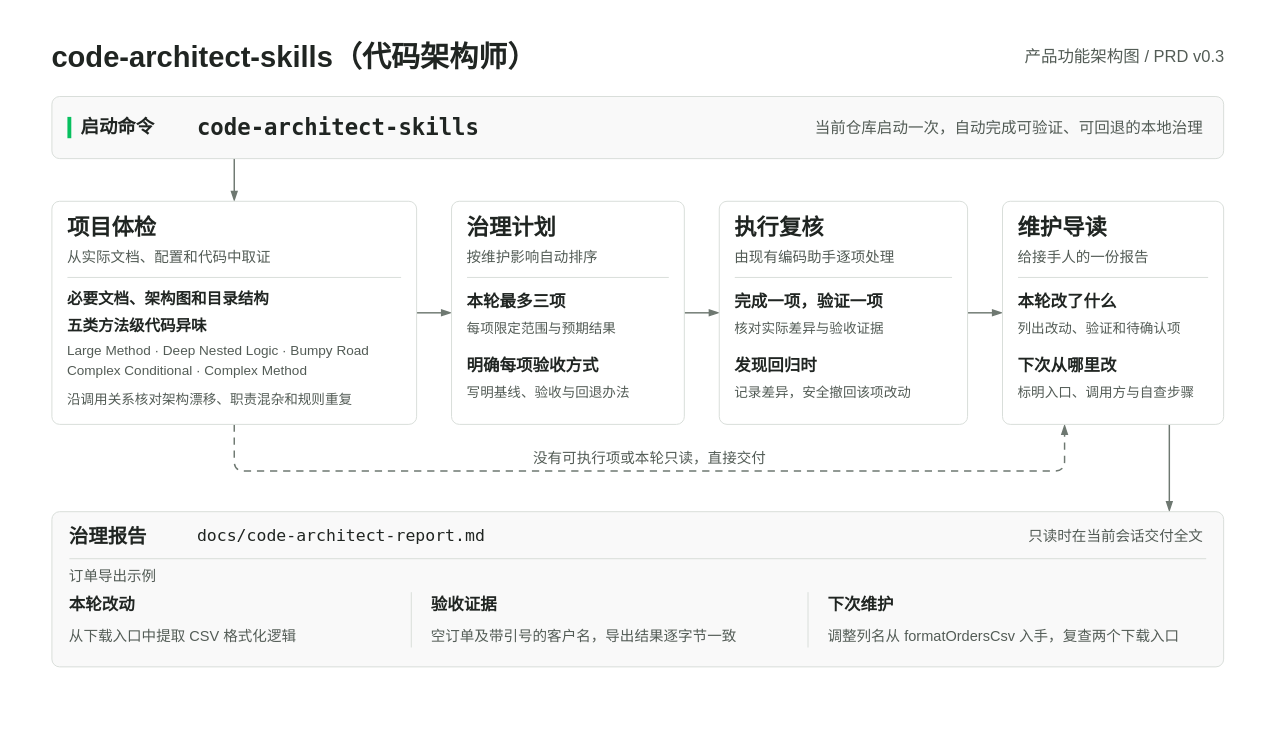
Earlier version of the draw.io diagram docs/diagrams/product-functional-architecture.drawio (cabbage2000-lab/project-architect-skills). Source tidied: cells renumbered, new cells numbered last; positions are measured from the earlier drawing's top-left corner, leaving out a move shared by most shapes. Both pictures are drawn from the tidied source at 97%, with x=0, y=0 at pixel (16, 16).
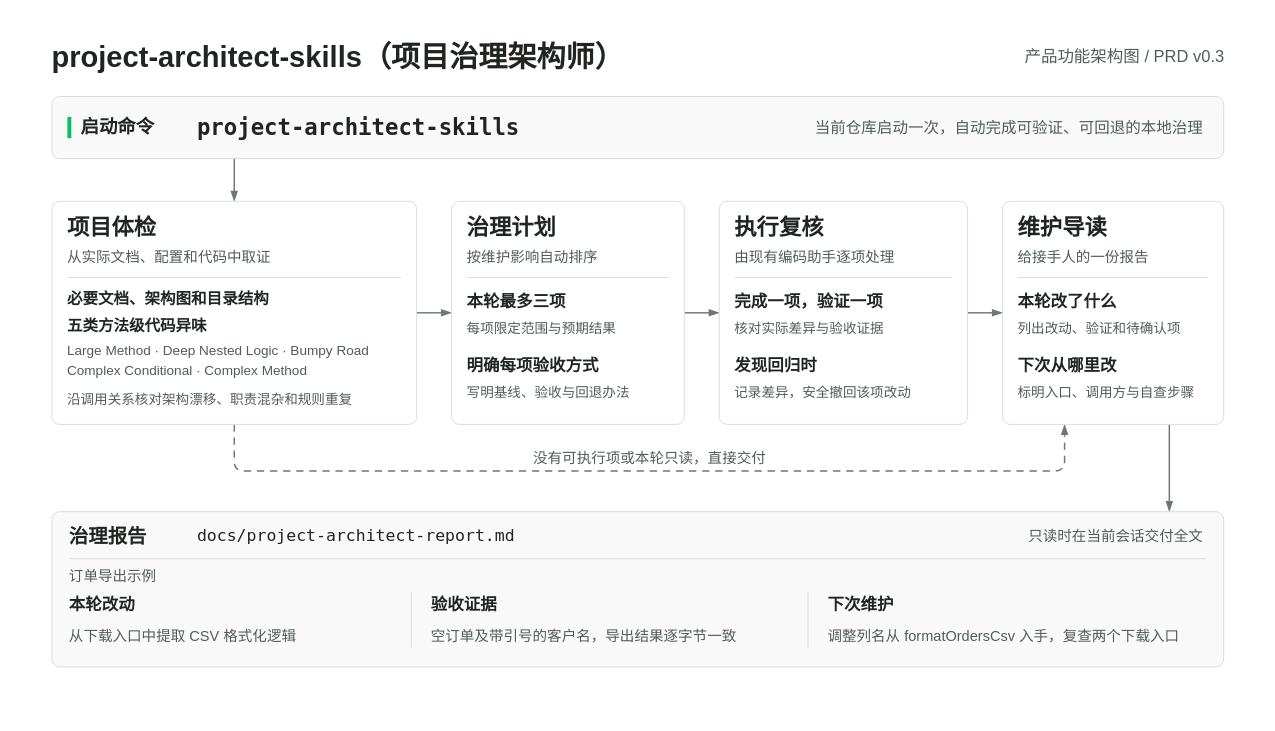
The same page after the edit.

Unchanged cells that the change refers to:
```xml
<mxCell id="2" style="rounded=0;absoluteArcSize=1;arcSize=0;fillColor=#FFFFFF;strokeColor=none;strokeWidth=1;shadow=0;html=1;whiteSpace=nowrap;" parent="1" vertex="1">
  <mxGeometry width="1280" height="720" as="geometry" />
</mxCell>
<mxCell id="11" style="rounded=1;absoluteArcSize=1;arcSize=16;strokeWidth=1;html=1;fillColor=#F9F9F9;strokeColor=#D8DDD9;" parent="2" vertex="1">
  <mxGeometry x="36" y="82" width="1208" height="64" as="geometry" />
</mxCell>
<mxCell id="49" style="rounded=1;absoluteArcSize=1;arcSize=16;strokeWidth=1;html=1;fillColor=#F9F9F9;strokeColor=#D8DDD9;" parent="2" vertex="1">
  <mxGeometry x="36" y="510" width="1208" height="160" as="geometry" />
</mxCell>
```

What changed in the source:
```diff
@@
-    <mxCell id="3" value="code-architect-skills（代码架构师）" style="text;fillColor=none;strokeColor=none;html=1;whiteSpace=nowrap;fontFamily=PingFang SC;fontSize=30;fontColor=#202522;fontStyle=1;align=left;verticalAlign=middle;spacing=0;spacingTop=0;spacingBottom=0;spacingLeft=0;spacingRight=0;" parent="2" vertex="1">
+    <mxCell id="3" value="project-architect-skills（项目治理架构师）" style="text;fillColor=none;strokeColor=none;html=1;whiteSpace=nowrap;fontFamily=PingFang SC;fontSize=30;fontColor=#202522;fontStyle=1;align=left;verticalAlign=middle;spacing=0;spacingTop=0;spacingBottom=0;spacingLeft=0;spacingRight=0;" parent="2" vertex="1">
       <mxGeometry x="36" y="20" width="840" height="42" as="geometry" />
     </mxCell>
@@
-    <mxCell id="14" value="code-architect-skills" style="text;html=1;whiteSpace=nowrap;fillColor=none;strokeColor=none;fontFamily=Menlo;fontSize=23;fontColor=#202522;fontStyle=1;align=left;verticalAlign=middle;spacing=0;spacingTop=0;spacingBottom=0;spacingLeft=0;spacingRight=0;" parent="11" vertex="1">
+    <mxCell id="14" value="project-architect-skills" style="text;html=1;whiteSpace=nowrap;fillColor=none;strokeColor=none;fontFamily=Menlo;fontSize=23;fontColor=#202522;fontStyle=1;align=left;verticalAlign=middle;spacing=0;spacingTop=0;spacingBottom=0;spacingLeft=0;spacingRight=0;" parent="11" vertex="1">
       <mxGeometry x="150" y="10" width="400" height="44" as="geometry" />
     </mxCell>
@@
-    <mxCell id="51" value="docs/code-architect-report.md" style="text;html=1;whiteSpace=nowrap;fillColor=none;strokeColor=none;fontFamily=Menlo;fontSize=17;fontColor=#202522;fontStyle=0;align=left;verticalAlign=middle;spacing=0;spacingTop=0;spacingBottom=0;spacingLeft=0;spacingRight=0;" parent="49" vertex="1">
+    <mxCell id="51" value="docs/project-architect-report.md" style="text;html=1;whiteSpace=nowrap;fillColor=none;strokeColor=none;fontFamily=Menlo;fontSize=17;fontColor=#202522;fontStyle=0;align=left;verticalAlign=middle;spacing=0;spacingTop=0;spacingBottom=0;spacingLeft=0;spacingRight=0;" parent="49" vertex="1">
       <mxGeometry x="150" y="9" width="455" height="32" as="geometry" />
     </mxCell>
```
